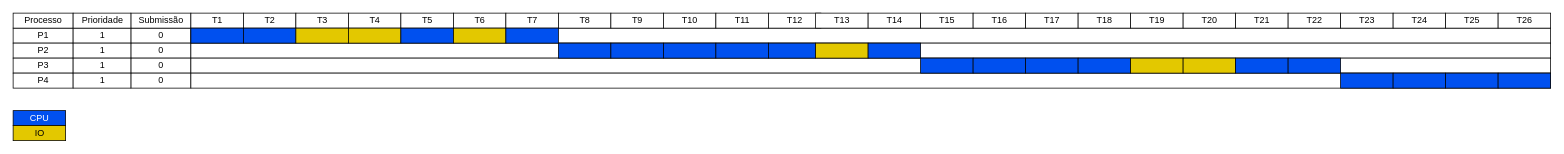
Above: page "FIFO-Mono" (1 of 9) of Lab4/GrantChart.drawio in Victor-Briganti/SistemasOperacionais (draw.io), before the change. Source tidied: cells renumbered, new cells numbered last; positions are measured from the earlier drawing's top-left corner, leaving out a move shared by most shapes. Both pictures are drawn from the tidied source at 75%, with x=0, y=0 at pixel (13, 13).
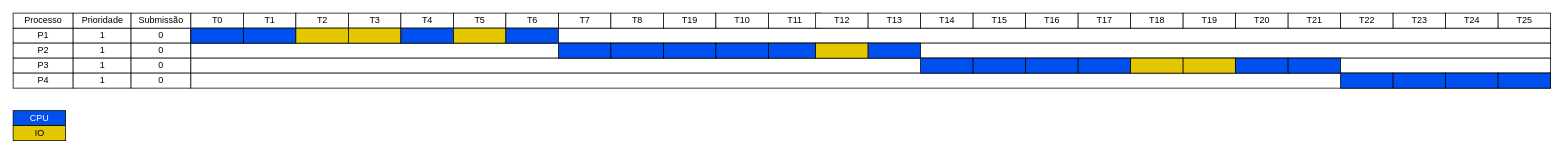
Above is the later version.

Diff of the diagram source:
```diff
@@
-    <mxCell id="8" value="T1" style="strokeWidth=1;fontStyle=0;html=1;" parent="1" vertex="1">
+    <mxCell id="8" value="T0" style="strokeWidth=1;fontStyle=0;html=1;" parent="1" vertex="1">
       <mxGeometry x="237" width="70" height="20" as="geometry" />
     </mxCell>
-    <mxCell id="9" value="T2" style="strokeWidth=1;fontStyle=0;html=1;" parent="1" vertex="1">
+    <mxCell id="9" value="T1" style="strokeWidth=1;fontStyle=0;html=1;" parent="1" vertex="1">
       <mxGeometry x="307" width="70" height="20" as="geometry" />
     </mxCell>
-    <mxCell id="10" value="T3" style="strokeWidth=1;fontStyle=0;html=1;" parent="1" vertex="1">
+    <mxCell id="10" value="T2" style="strokeWidth=1;fontStyle=0;html=1;" parent="1" vertex="1">
       <mxGeometry x="377" width="70" height="20" as="geometry" />
     </mxCell>
-    <mxCell id="11" value="T4" style="strokeWidth=1;fontStyle=0;html=1;" parent="1" vertex="1">
+    <mxCell id="11" value="T3" style="strokeWidth=1;fontStyle=0;html=1;" parent="1" vertex="1">
       <mxGeometry x="447" width="70" height="20" as="geometry" />
     </mxCell>
-    <mxCell id="12" value="T5" style="strokeWidth=1;fontStyle=0;html=1;" parent="1" vertex="1">
+    <mxCell id="12" value="T4" style="strokeWidth=1;fontStyle=0;html=1;" parent="1" vertex="1">
       <mxGeometry x="517" width="70" height="20" as="geometry" />
     </mxCell>
-    <mxCell id="13" value="T6" style="strokeWidth=1;fontStyle=0;html=1;" parent="1" vertex="1">
+    <mxCell id="13" value="T5" style="strokeWidth=1;fontStyle=0;html=1;" parent="1" vertex="1">
       <mxGeometry x="587" width="70" height="20" as="geometry" />
     </mxCell>
-    <mxCell id="14" value="T7" style="strokeWidth=1;fontStyle=0;html=1;" parent="1" vertex="1">
+    <mxCell id="14" value="T6" style="strokeWidth=1;fontStyle=0;html=1;" parent="1" vertex="1">
       <mxGeometry x="657" width="70" height="20" as="geometry" />
     </mxCell>
-    <mxCell id="15" value="T8" style="strokeWidth=1;fontStyle=0;html=1;" parent="1" vertex="1">
+    <mxCell id="15" value="T7" style="strokeWidth=1;fontStyle=0;html=1;" parent="1" vertex="1">
       <mxGeometry x="727" width="70" height="20" as="geometry" />
     </mxCell>
-    <mxCell id="16" value="T9" style="strokeWidth=1;fontStyle=0;html=1;" parent="1" vertex="1">
+    <mxCell id="16" value="T8" style="strokeWidth=1;fontStyle=0;html=1;" parent="1" vertex="1">
       <mxGeometry x="797" width="70" height="20" as="geometry" />
     </mxCell>
-    <mxCell id="17" value="T10" style="strokeWidth=1;fontStyle=0;html=1;" parent="1" vertex="1">
+    <mxCell id="17" value="T19" style="strokeWidth=1;fontStyle=0;html=1;" parent="1" vertex="1">
       <mxGeometry x="867" width="70" height="20" as="geometry" />
     </mxCell>
-    <mxCell id="18" value="T11" style="strokeWidth=1;fontStyle=0;html=1;" parent="1" vertex="1">
+    <mxCell id="18" value="T10" style="strokeWidth=1;fontStyle=0;html=1;" parent="1" vertex="1">
       <mxGeometry x="937" width="70" height="20" as="geometry" />
     </mxCell>
-    <mxCell id="19" value="T12" style="strokeWidth=1;fontStyle=0;html=1;" parent="1" vertex="1">
+    <mxCell id="19" value="T11" style="strokeWidth=1;fontStyle=0;html=1;" parent="1" vertex="1">
       <mxGeometry x="1007" width="70" height="20" as="geometry" />
     </mxCell>
@@
-    <mxCell id="33" value="T13" style="strokeWidth=1;fontStyle=0;html=1;" parent="1" vertex="1">
+    <mxCell id="33" value="T12" style="strokeWidth=1;fontStyle=0;html=1;" parent="1" vertex="1">
       <mxGeometry x="1070" width="70" height="20" as="geometry" />
     </mxCell>
-    <mxCell id="34" value="T14" style="strokeWidth=1;fontStyle=0;html=1;" parent="1" vertex="1">
+    <mxCell id="34" value="T13" style="strokeWidth=1;fontStyle=0;html=1;" parent="1" vertex="1">
       <mxGeometry x="1140" width="70" height="20" as="geometry" />
     </mxCell>
-    <mxCell id="35" value="T15" style="strokeWidth=1;fontStyle=0;html=1;" parent="1" vertex="1">
+    <mxCell id="35" value="T14" style="strokeWidth=1;fontStyle=0;html=1;" parent="1" vertex="1">
       <mxGeometry x="1210" width="70" height="20" as="geometry" />
     </mxCell>
-    <mxCell id="36" value="T16" style="strokeWidth=1;fontStyle=0;html=1;" parent="1" vertex="1">
+    <mxCell id="36" value="T15" style="strokeWidth=1;fontStyle=0;html=1;" parent="1" vertex="1">
       <mxGeometry x="1280" width="70" height="20" as="geometry" />
     </mxCell>
-    <mxCell id="37" value="T17" style="strokeWidth=1;fontStyle=0;html=1;" parent="1" vertex="1">
+    <mxCell id="37" value="T16" style="strokeWidth=1;fontStyle=0;html=1;" parent="1" vertex="1">
       <mxGeometry x="1350" width="70" height="20" as="geometry" />
     </mxCell>
-    <mxCell id="38" value="T18" style="strokeWidth=1;fontStyle=0;html=1;" parent="1" vertex="1">
+    <mxCell id="38" value="T17" style="strokeWidth=1;fontStyle=0;html=1;" parent="1" vertex="1">
       <mxGeometry x="1420" width="70" height="20" as="geometry" />
     </mxCell>
-    <mxCell id="39" value="T19" style="strokeWidth=1;fontStyle=0;html=1;" parent="1" vertex="1">
+    <mxCell id="39" value="T18" style="strokeWidth=1;fontStyle=0;html=1;" parent="1" vertex="1">
       <mxGeometry x="1490" width="70" height="20" as="geometry" />
     </mxCell>
-    <mxCell id="40" value="T20" style="strokeWidth=1;fontStyle=0;html=1;" parent="1" vertex="1">
+    <mxCell id="40" value="T19" style="strokeWidth=1;fontStyle=0;html=1;" parent="1" vertex="1">
       <mxGeometry x="1560" width="70" height="20" as="geometry" />
     </mxCell>
@@
-    <mxCell id="63" value="T21" style="strokeWidth=1;fontStyle=0;html=1;" parent="1" vertex="1">
+    <mxCell id="63" value="T20" style="strokeWidth=1;fontStyle=0;html=1;" parent="1" vertex="1">
       <mxGeometry x="1630" width="70" height="20" as="geometry" />
     </mxCell>
-    <mxCell id="64" value="T22" style="strokeWidth=1;fontStyle=0;html=1;" parent="1" vertex="1">
+    <mxCell id="64" value="T21" style="strokeWidth=1;fontStyle=0;html=1;" parent="1" vertex="1">
       <mxGeometry x="1700" width="70" height="20" as="geometry" />
     </mxCell>
-    <mxCell id="65" value="T23" style="strokeWidth=1;fontStyle=0;html=1;" parent="1" vertex="1">
+    <mxCell id="65" value="T22" style="strokeWidth=1;fontStyle=0;html=1;" parent="1" vertex="1">
       <mxGeometry x="1770" width="70" height="20" as="geometry" />
     </mxCell>
-    <mxCell id="66" value="T24" style="strokeWidth=1;fontStyle=0;html=1;" parent="1" vertex="1">
+    <mxCell id="66" value="T23" style="strokeWidth=1;fontStyle=0;html=1;" parent="1" vertex="1">
       <mxGeometry x="1840" width="70" height="20" as="geometry" />
     </mxCell>
-    <mxCell id="67" value="T25" style="strokeWidth=1;fontStyle=0;html=1;" parent="1" vertex="1">
+    <mxCell id="67" value="T24" style="strokeWidth=1;fontStyle=0;html=1;" parent="1" vertex="1">
       <mxGeometry x="1910" width="70" height="20" as="geometry" />
     </mxCell>
-    <mxCell id="68" value="T26" style="strokeWidth=1;fontStyle=0;html=1;" parent="1" vertex="1">
+    <mxCell id="68" value="T25" style="strokeWidth=1;fontStyle=0;html=1;" parent="1" vertex="1">
       <mxGeometry x="1980" width="70" height="20" as="geometry" />
     </mxCell>
```
